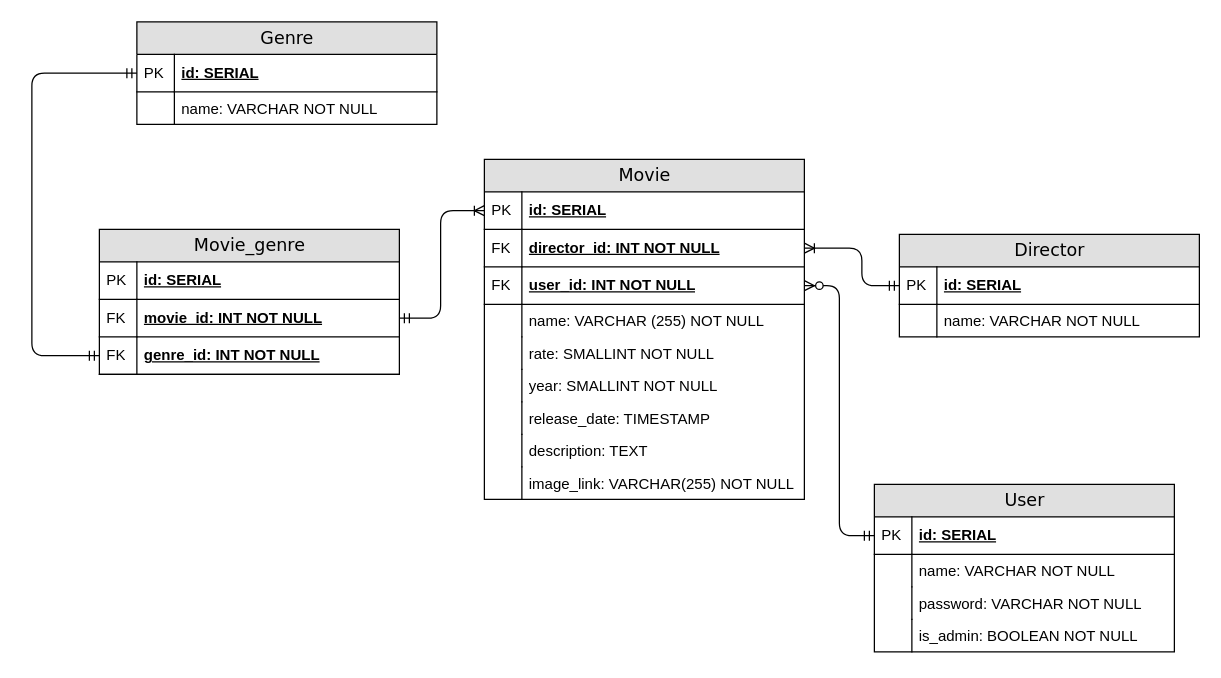
Earlier version of the draw.io diagram db-diagrams/film_api.drawio (banchinche/film-library). Source tidied: cells renumbered, new cells numbered last; positions are measured from the earlier drawing's top-left corner, leaving out a move shared by most shapes. Both pictures are drawn from the tidied source at 125%, with x=0, y=0 at pixel (31, 21).
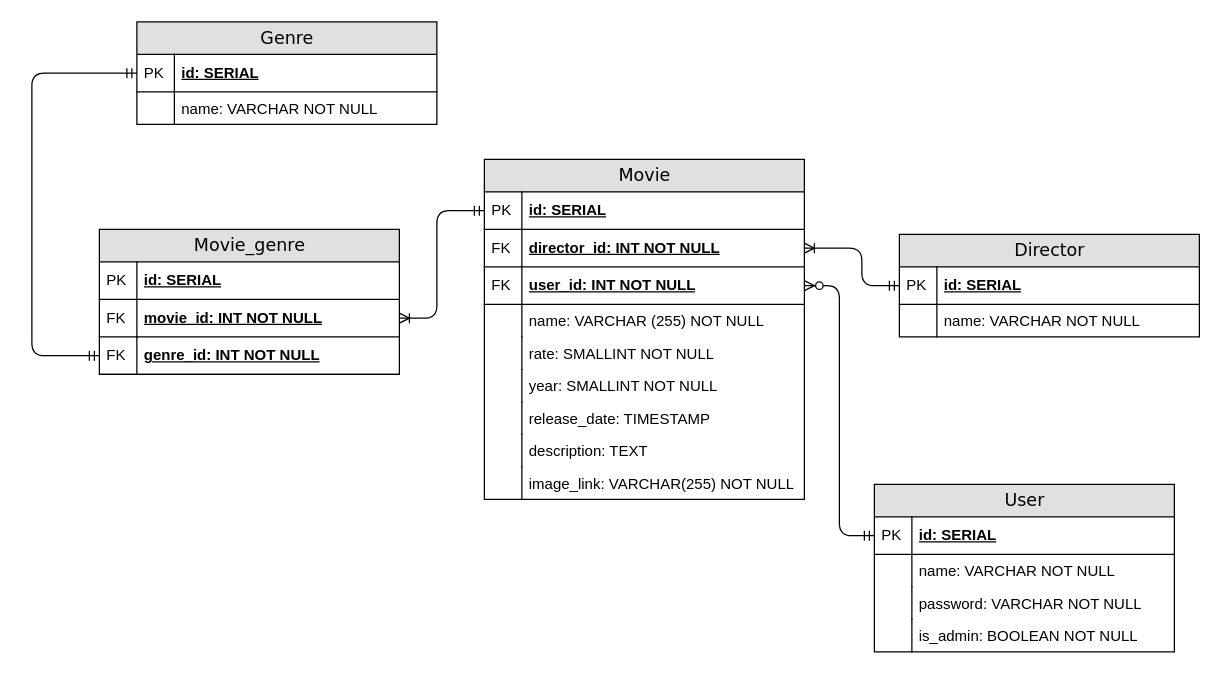
The same diagram, later.

Commit message:
Movie-genre quickfix

The change refers to these unchanged cells:
```xml
<mxCell id="5" value="movie_id: INT NOT NULL" style="shape=partialRectangle;top=0;left=0;right=0;bottom=1;html=1;align=left;verticalAlign=middle;fillColor=none;spacingLeft=34;spacingRight=4;whiteSpace=wrap;overflow=hidden;points=[[0,0.5],[1,0.5]];portConstraint=eastwest;fontStyle=5;strokeColor=#000000;fontColor=#000000;" parent="2" vertex="1">
  <mxGeometry y="56" width="240" height="30" as="geometry" />
</mxCell>
<mxCell id="10" value="id: SERIAL" style="shape=partialRectangle;top=0;left=0;right=0;bottom=1;html=1;align=left;verticalAlign=middle;fillColor=none;spacingLeft=34;spacingRight=4;whiteSpace=wrap;overflow=hidden;points=[[0,0.5],[1,0.5]];portConstraint=eastwest;fontStyle=5;strokeColor=#000000;fontColor=#000000;" parent="9" vertex="1">
  <mxGeometry y="26" width="256" height="30" as="geometry" />
</mxCell>
```

The edit, as a diff of the source:
```diff
@@
-    <mxCell id="49" style="edgeStyle=orthogonalEdgeStyle;fontSize=12;html=1;endArrow=ERoneToMany;startArrow=ERmandOne;anchorPointDirection=0;comic=0;shadow=0;elbow=vertical;exitX=1;exitY=0.5;exitDx=0;exitDy=0;strokeColor=#000000;fontColor=#000000;entryX=0;entryY=0.5;entryDx=0;entryDy=0;" parent="1" edge="1" source="5" target="10">
+    <mxCell id="49" style="edgeStyle=orthogonalEdgeStyle;fontSize=12;html=1;endArrow=ERoneToMany;startArrow=ERmandOne;anchorPointDirection=0;comic=0;shadow=0;elbow=vertical;strokeColor=#000000;fontColor=#000000;entryX=1;entryY=0.5;entryDx=0;entryDy=0;exitX=0;exitY=0.5;exitDx=0;exitDy=0;" parent="1" edge="1" source="10" target="5">
       <mxGeometry relative="1" as="geometry">
         <Array as="points">
-          <mxPoint x="327" y="237" />
-          <mxPoint x="327" y="151" />
+          <mxPoint x="324" y="151" />
+          <mxPoint x="324" y="237" />
         </Array>
       </mxGeometry>
     </mxCell>
```
